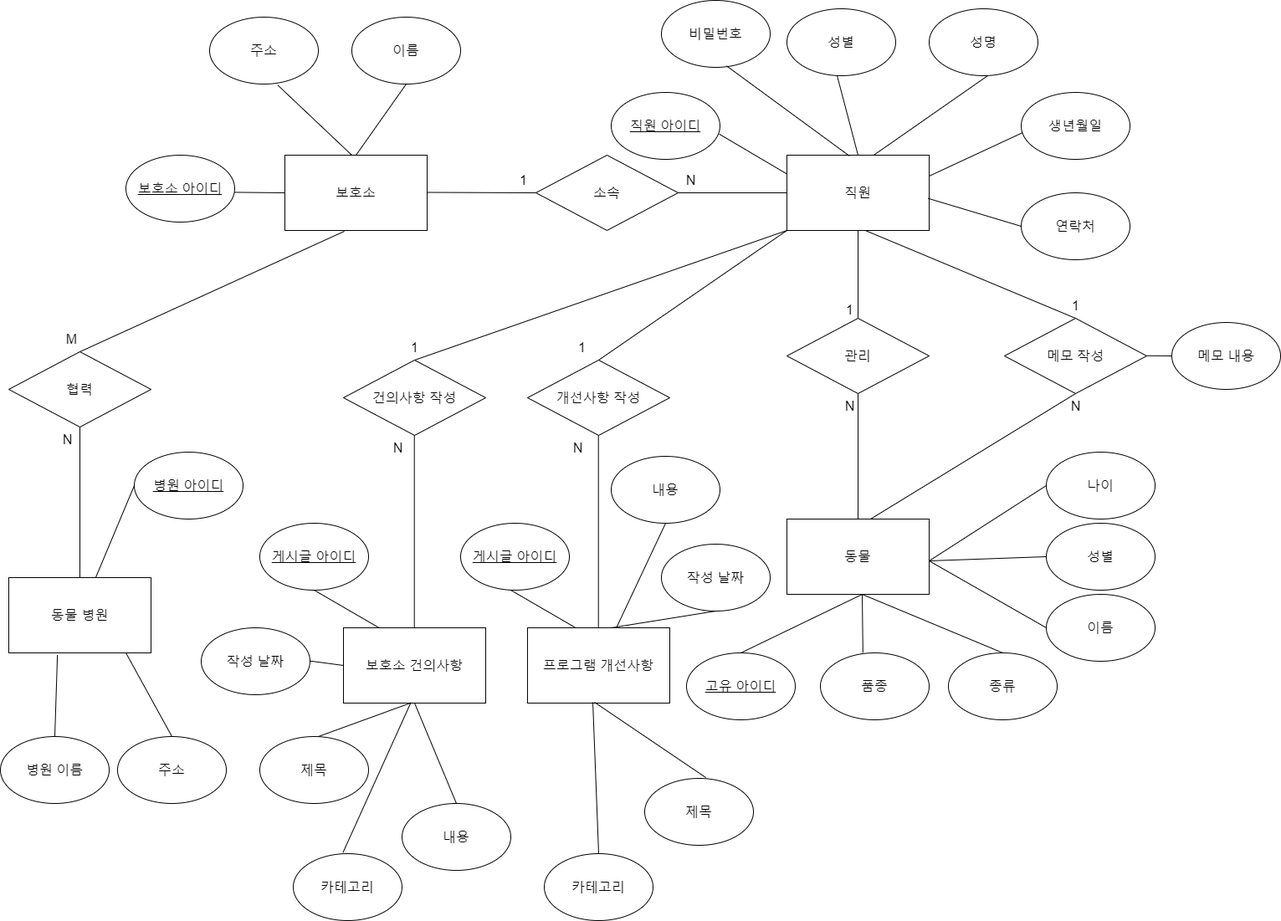
rlarkdals1202/Database-Term-Project keeps this draw.io diagram as Document/ER Diagram/ER Diagram.png. Above is the earlier version. Source tidied: cells renumbered, new cells last; positions are measured from the earlier drawing's top-left corner, leaving out a move shared by most shapes.
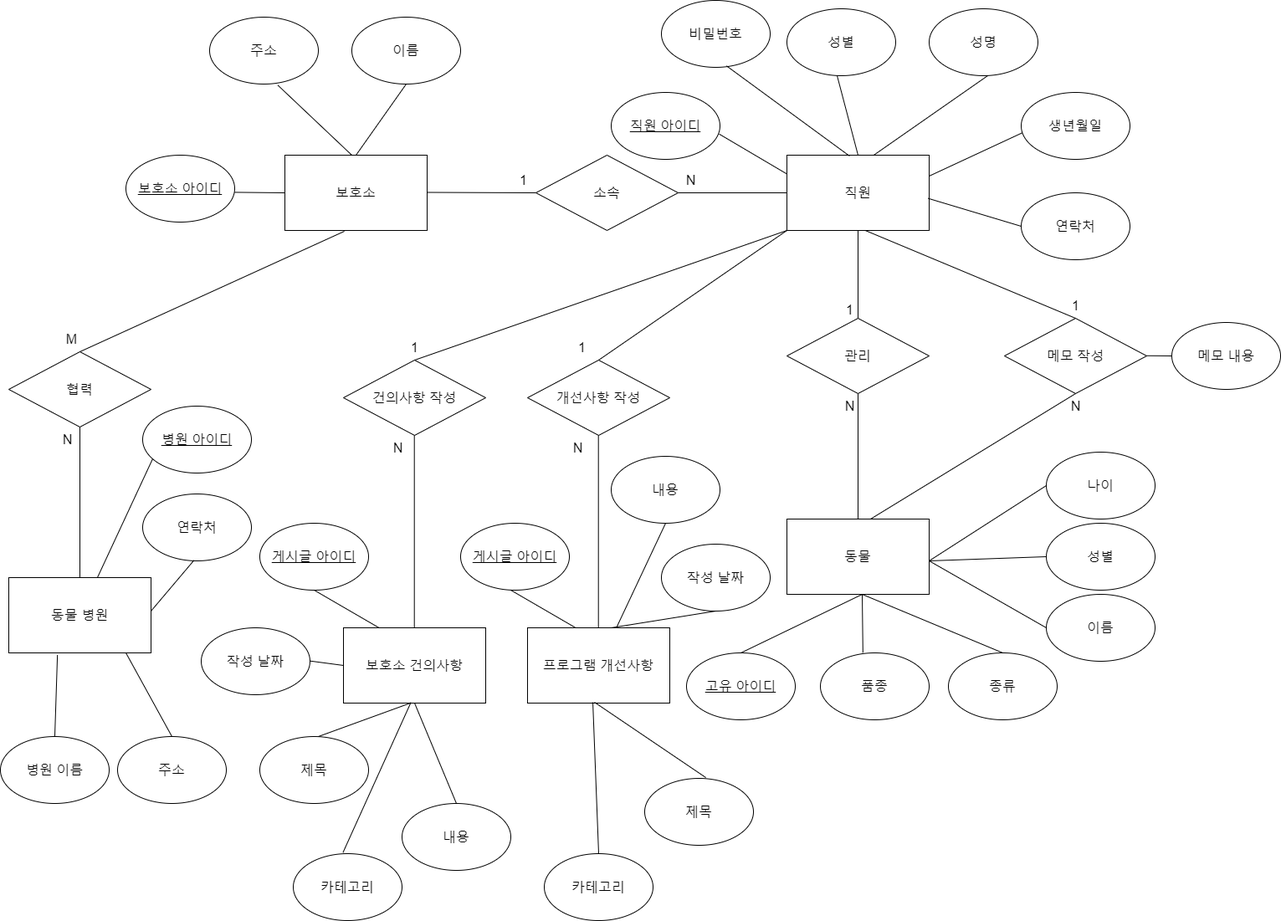
The same diagram one commit later.

Commit message:
Database Systems Term Project 주제에 대한 ER Diagram (1차 개정)

The edit, as a diff of the source:
```diff
@@ -174,14 +174,14 @@
       <mxGeometry x="140" y="880" width="130" height="80" as="geometry" />
     </mxCell>
     <mxCell id="48" value="병원 아이디" style="ellipse;whiteSpace=wrap;html=1;align=center;fontStyle=4;fontSize=16;" parent="1" vertex="1">
-      <mxGeometry x="160" y="540" width="130" height="80" as="geometry" />
+      <mxGeometry x="170" y="485" width="130" height="80" as="geometry" />
     </mxCell>
     <mxCell id="49" style="endArrow=none;html=1;rounded=0;fontSize=16;entryX=0.5;entryY=0;entryDx=0;entryDy=0;" parent="1" edge="1" target="47">
       <mxGeometry relative="1" as="geometry">
         <mxPoint x="150" y="780" as="sourcePoint" />
       </mxGeometry>
     </mxCell>
-    <mxCell id="50" style="endArrow=none;html=1;rounded=0;fontSize=16;entryX=0;entryY=0.5;entryDx=0;entryDy=0;" parent="1" edge="1" source="43" target="48">
+    <mxCell id="50" style="endArrow=none;html=1;rounded=0;fontSize=16;entryX=0.092;entryY=0.788;entryDx=0;entryDy=0;entryPerimeter=0;" parent="1" edge="1" source="43" target="48">
       <mxGeometry relative="1" as="geometry" />
     </mxCell>
     <mxCell id="51" value="건의사항 작성" style="shape=rhombus;perimeter=rhombusPerimeter;whiteSpace=wrap;html=1;align=center;fontSize=16;" parent="1" vertex="1">
@@ -347,5 +347,13 @@
         <mxPoint x="795" y="625" as="sourcePoint" />
       </mxGeometry>
     </mxCell>
+    <mxCell id="96" value="&lt;span style=&quot;font-size: 16px;&quot;&gt;연락처&lt;/span&gt;" style="ellipse;whiteSpace=wrap;html=1;" parent="1" vertex="1">
+      <mxGeometry x="170" y="590" width="130" height="80" as="geometry" />
+    </mxCell>
+    <mxCell id="97" style="endArrow=none;html=1;rounded=0;entryX=0.471;entryY=0.993;entryDx=0;entryDy=0;entryPerimeter=0;" parent="1" edge="1" target="96">
+      <mxGeometry relative="1" as="geometry">
+        <mxPoint x="180" y="730" as="sourcePoint" />
+      </mxGeometry>
+    </mxCell>
   </root>
 </mxGraphModel>
```
